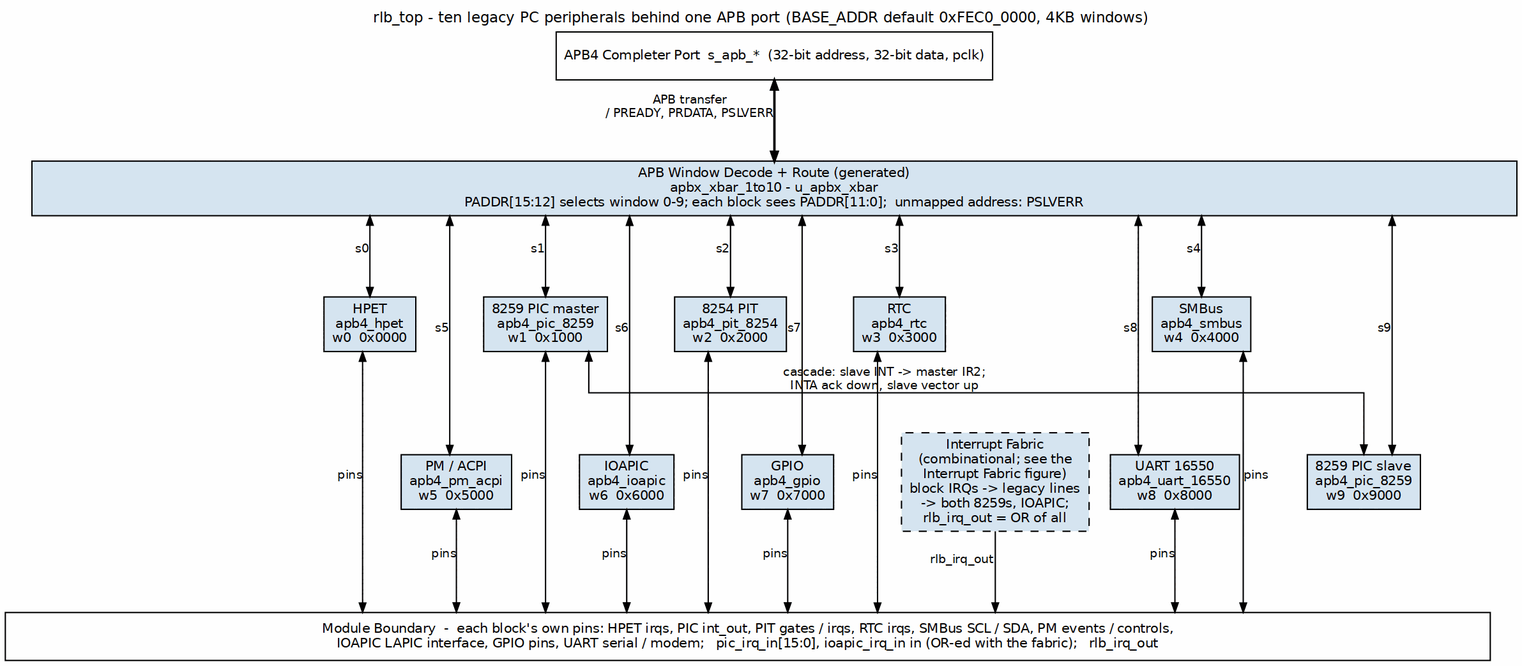
The Graphviz diagram projects/components/legacy-ip/retro_legacy_blocks/docs/rlb_top_mas/assets/graphviz/rlb_top_whole_unit.png in sean-galloway/RTLDesignSherpa, before a commit. Its source is kept beside it as projects/components/legacy-ip/retro_legacy_blocks/docs/rlb_top_mas/assets/graphviz/rlb_top_whole_unit.dot.
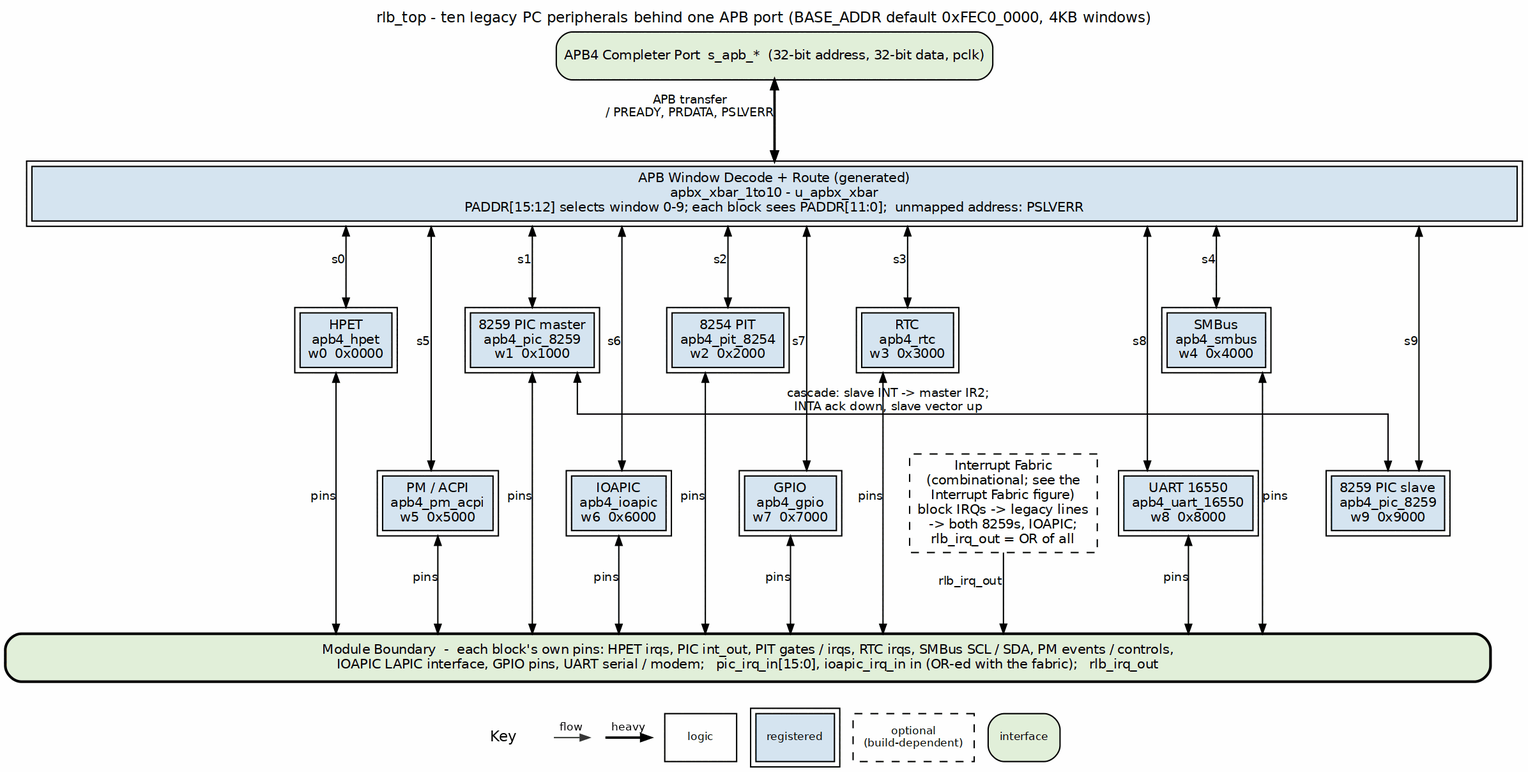
After the change.

Change to the diagram source:
```diff
@@ -4,27 +4,27 @@
            label="rlb_top - ten legacy PC peripherals behind one APB port (BASE_ADDR default 0xFEC0_0000, 4KB windows)",
            labelloc=t, labeljust=c];
     node  [fontname="Helvetica", fontsize=10, shape=box, style=filled,
-           fillcolor="#D6E4F0", color="black", margin="0.08,0.05"];
+           fillcolor="white", color="black", margin="0.08,0.05"];
     edge  [fontname="Helvetica", fontsize=9, color="black", arrowsize=0.7];
 
-    apb  [label="APB4 Completer Port  s_apb_*  (32-bit address, 32-bit data, pclk)", fillcolor="white"];
-    xbar [label="APB Window Decode + Route (generated)\napbx_xbar_1to10 - u_apbx_xbar\nPADDR[15:12] selects window 0-9; each block sees PADDR[11:0];  unmapped address: PSLVERR", width=15.5];
+    apb  [label="APB4 Completer Port  s_apb_*  (32-bit address, 32-bit data, pclk)", fillcolor="white", style="rounded,filled", fillcolor="#E2EFDA"];
+    xbar [label="APB Window Decode + Route (generated)\napbx_xbar_1to10 - u_apbx_xbar\nPADDR[15:12] selects window 0-9; each block sees PADDR[11:0];  unmapped address: PSLVERR", width=15.5, peripheries=2, style="filled", fillcolor="#D6E4F0"];
 
-    hpet [label="HPET\napb4_hpet\nw0  0x0000"];
-    pm   [label="PM / ACPI\napb4_pm_acpi\nw5  0x5000"];
-    mpic [label="8259 PIC master\napb4_pic_8259\nw1  0x1000"];
-    ioa  [label="IOAPIC\napb4_ioapic\nw6  0x6000"];
-    pit  [label="8254 PIT\napb4_pit_8254\nw2  0x2000"];
-    gpio [label="GPIO\napb4_gpio\nw7  0x7000"];
-    rtc  [label="RTC\napb4_rtc\nw3  0x3000"];
-    uart [label="UART 16550\napb4_uart_16550\nw8  0x8000"];
-    smb  [label="SMBus\napb4_smbus\nw4  0x4000"];
-    spic [label="8259 PIC slave\napb4_pic_8259\nw9  0x9000"];
+    hpet [label="HPET\napb4_hpet\nw0  0x0000", peripheries=2, style="filled", fillcolor="#D6E4F0"];
+    pm   [label="PM / ACPI\napb4_pm_acpi\nw5  0x5000", peripheries=2, style="filled", fillcolor="#D6E4F0"];
+    mpic [label="8259 PIC master\napb4_pic_8259\nw1  0x1000", peripheries=2, style="filled", fillcolor="#D6E4F0"];
+    ioa  [label="IOAPIC\napb4_ioapic\nw6  0x6000", peripheries=2, style="filled", fillcolor="#D6E4F0"];
+    pit  [label="8254 PIT\napb4_pit_8254\nw2  0x2000", peripheries=2, style="filled", fillcolor="#D6E4F0"];
+    gpio [label="GPIO\napb4_gpio\nw7  0x7000", peripheries=2, style="filled", fillcolor="#D6E4F0"];
+    rtc  [label="RTC\napb4_rtc\nw3  0x3000", peripheries=2, style="filled", fillcolor="#D6E4F0"];
+    uart [label="UART 16550\napb4_uart_16550\nw8  0x8000", peripheries=2, style="filled", fillcolor="#D6E4F0"];
+    smb  [label="SMBus\napb4_smbus\nw4  0x4000", peripheries=2, style="filled", fillcolor="#D6E4F0"];
+    spic [label="8259 PIC slave\napb4_pic_8259\nw9  0x9000", peripheries=2, style="filled", fillcolor="#D6E4F0"];
 
-    fab  [style="filled,dashed", label="Interrupt Fabric\n(combinational; see the\nInterrupt Fabric figure)\nblock IRQs -> legacy lines\n-> both 8259s, IOAPIC;\nrlb_irq_out = OR of all"];
+    fab  [style="filled,dashed", label="Interrupt Fabric\n(combinational; see the\nInterrupt Fabric figure)\nblock IRQs -> legacy lines\n-> both 8259s, IOAPIC;\nrlb_irq_out = OR of all", style="filled,dashed", fillcolor="white"];
 
     bar  [label="Module Boundary  -  each block's own pins: HPET irqs, PIC int_out, PIT gates / irqs, RTC irqs, SMBus SCL / SDA, PM events / controls,\nIOAPIC LAPIC interface, GPIO pins, UART serial / modem;   pic_irq_in[15:0], ioapic_irq_in in (OR-ed with the fabric);   rlb_irq_out",
-          fillcolor="white", width=15.5];
+          fillcolor="white", width=15.5, style="rounded,filled,bold", fillcolor="#E2EFDA"];
 
     apb  -> xbar [dir=both, penwidth=1.8, xlabel="APB transfer\n/ PREADY, PRDATA, PSLVERR"];
     xbar -> hpet [dir=both, xlabel="s0"];
```
